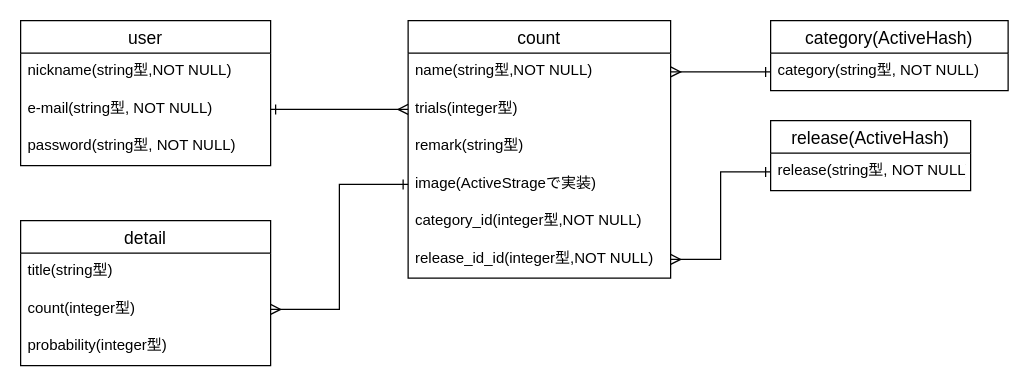
akira30866/count-30866 keeps this draw.io diagram as ER図.dio. Above is the earlier version. Source tidied: cells renumbered, new cells numbered last; positions are measured from the earlier drawing's top-left corner, leaving out a move shared by most shapes. Both pictures are drawn from the tidied source at 125%, with x=0, y=0 at pixel (20, 20).
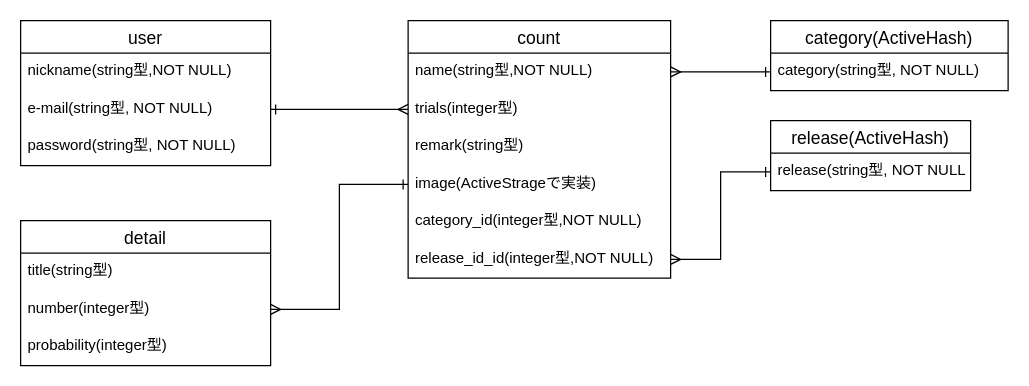
The same page after the edit.

The change refers to these unchanged cells:
```xml
<mxCell id="18" value="detail" style="swimlane;fontStyle=0;horizontal=1;startSize=26;align=center;fontSize=14;" parent="1" vertex="1">
  <mxGeometry y="160" width="200" height="116" as="geometry" />
</mxCell>
```

What changed in the source:
```diff
@@
-    <mxCell id="20" value="count(integer型)" style="text;strokeColor=none;fillColor=none;spacingLeft=4;spacingRight=4;overflow=hidden;points=[[0,0.5],[1,0.5]];portConstraint=eastwest;fontSize=12;" parent="18" vertex="1">
+    <mxCell id="20" value="number(integer型)" style="text;strokeColor=none;fillColor=none;spacingLeft=4;spacingRight=4;overflow=hidden;points=[[0,0.5],[1,0.5]];portConstraint=eastwest;fontSize=12;" parent="18" vertex="1">
       <mxGeometry y="56" width="200" height="30" as="geometry" />
     </mxCell>
```
